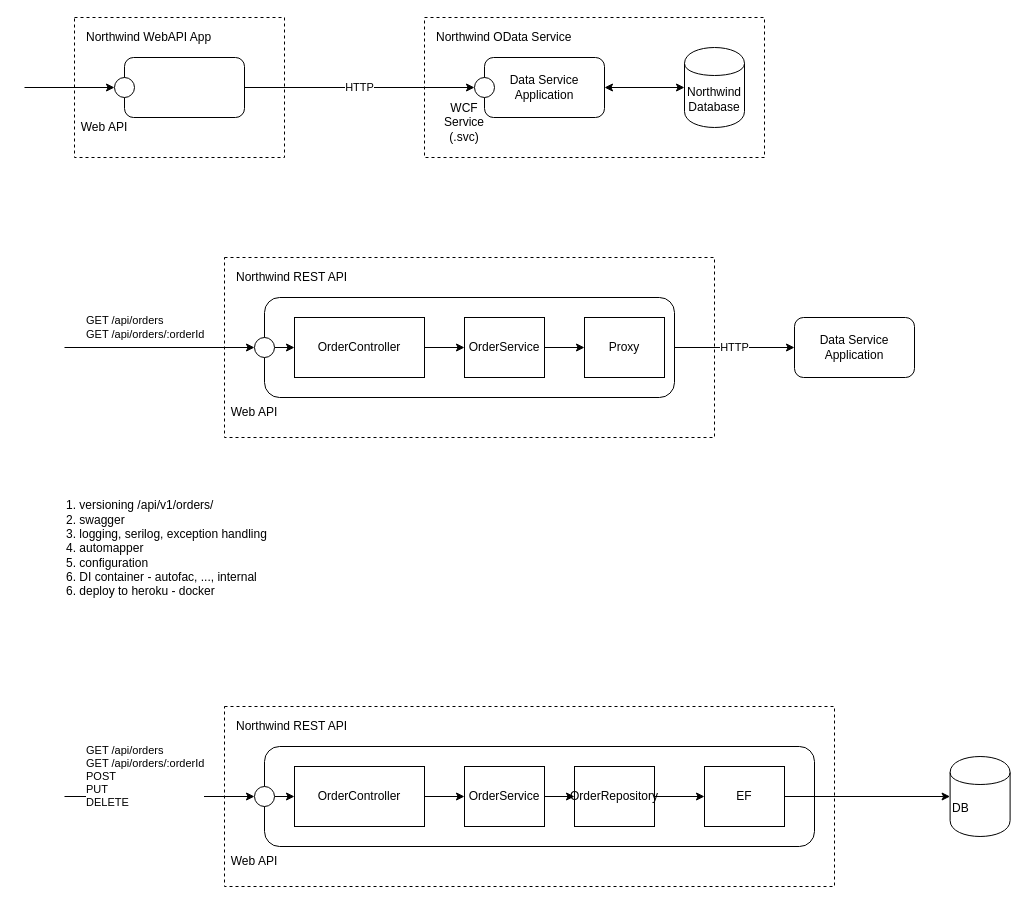
nadezhdaleshchevich/northwind-data-services-task keeps this draw.io diagram as page "task-2-overview" (3 of 5) of diagrams/northwind.drawio. Above is the earlier version. Source tidied: cells renumbered, new cells numbered last; positions are measured from the earlier drawing's top-left corner, leaving out a move shared by most shapes. Both pictures are drawn from the tidied source at 100%, with x=0, y=0 at pixel (24, 17).
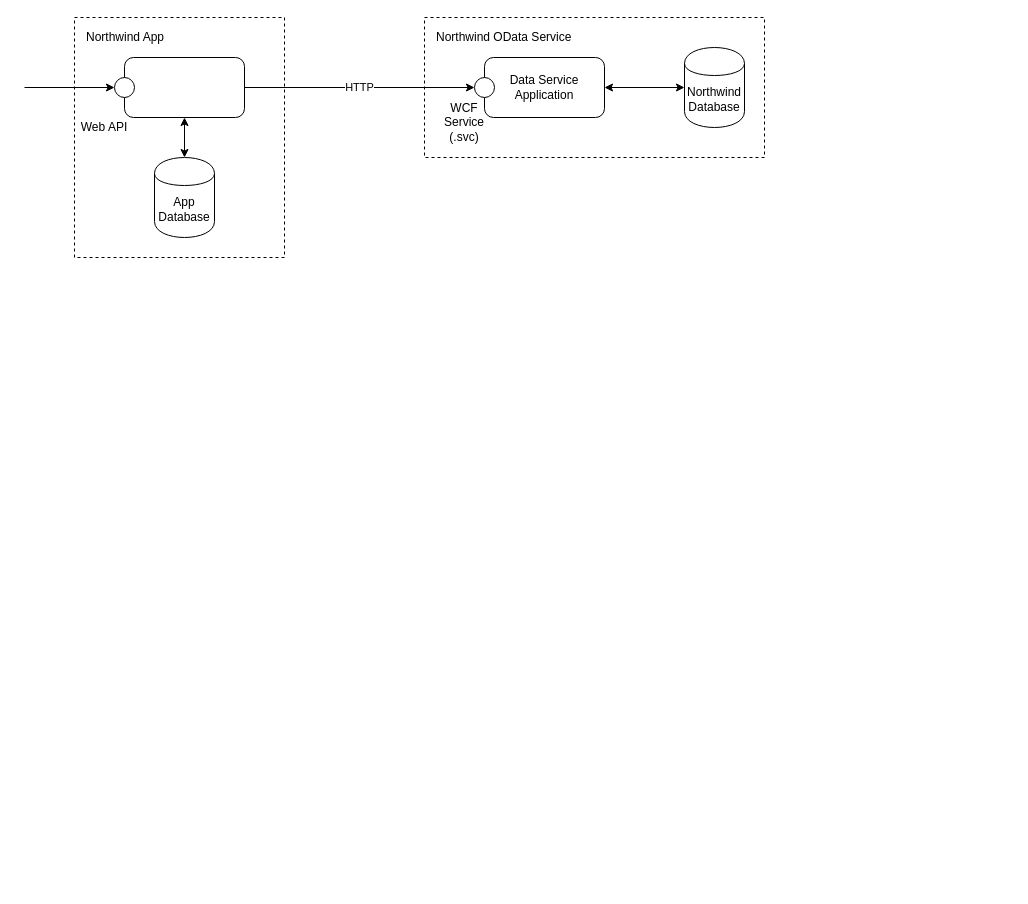
After the change.

Unchanged cells that the change refers to:
```xml
<mxCell id="11" style="rounded=1;whiteSpace=wrap;html=1;fillColor=none;" parent="1" vertex="1">
  <mxGeometry x="100" y="40" width="120" height="60" as="geometry" />
</mxCell>
```

Diff of the diagram source:
```diff
@@
     <mxCell id="10" style="rounded=0;whiteSpace=wrap;html=1;fillColor=none;dashed=1;" parent="1" vertex="1">
-      <mxGeometry x="50" width="210" height="140" as="geometry" />
+      <mxGeometry x="50" width="210" height="240" as="geometry" />
     </mxCell>
+    <mxCell id="47" style="edgeStyle=orthogonalEdgeStyle;rounded=0;jettySize=auto;html=1;exitX=0.5;exitY=1;exitDx=0;exitDy=0;entryX=0.5;entryY=0;entryDx=0;entryDy=0;align=left;startArrow=classic;startFill=1;" parent="1" edge="1" source="11" target="48">
+      <mxGeometry relative="1" as="geometry" />
+    </mxCell>
@@
-    <mxCell id="14" value="Northwind WebAPI App" style="text;html=1;strokeColor=none;fillColor=none;align=left;verticalAlign=middle;whiteSpace=wrap;rounded=0;dashed=1;" parent="1" vertex="1">
+    <mxCell id="14" value="Northwind App" style="text;html=1;strokeColor=none;fillColor=none;align=left;verticalAlign=middle;whiteSpace=wrap;rounded=0;dashed=1;" parent="1" vertex="1">
       <mxGeometry x="59.5" y="10" width="150" height="20" as="geometry" />
     </mxCell>
-    <mxCell id="15" value="&lt;span&gt;Data Service&lt;/span&gt;&lt;br&gt;&lt;div style=&quot;text-align: center&quot;&gt;&lt;span&gt;Application&lt;/span&gt;&lt;/div&gt;" style="rounded=1;whiteSpace=wrap;html=1;strokeColor=#000000;fillColor=none;align=center;" parent="1" vertex="1">
-      <mxGeometry x="770" y="300" width="120" height="60" as="geometry" />
-    </mxCell>
-    <mxCell id="16" value="HTTP" style="endArrow=classic;html=1;entryX=0;entryY=0.5;entryDx=0;entryDy=0;exitX=1;exitY=0.5;exitDx=0;exitDy=0;" parent="1" edge="1" source="18" target="15">
-      <mxGeometry relative="1" as="geometry" />
-    </mxCell>
-    <mxCell id="17" style="rounded=0;whiteSpace=wrap;html=1;fillColor=none;dashed=1;" parent="1" vertex="1">
-      <mxGeometry x="200" y="240" width="490" height="180" as="geometry" />
-    </mxCell>
-    <mxCell id="18" style="rounded=1;whiteSpace=wrap;html=1;fillColor=none;" parent="1" vertex="1">
-      <mxGeometry x="240" y="280" width="410" height="100" as="geometry" />
-    </mxCell>
-    <mxCell id="19" style="edgeStyle=orthogonalEdgeStyle;rounded=0;jettySize=auto;html=1;exitX=1;exitY=0.5;exitDx=0;exitDy=0;entryX=0;entryY=0.5;entryDx=0;entryDy=0;align=left;" parent="1" edge="1" source="20" target="24">
-      <mxGeometry relative="1" as="geometry" />
-    </mxCell>
-    <mxCell id="20" style="ellipse;whiteSpace=wrap;html=1;" parent="1" vertex="1">
-      <mxGeometry x="230" y="320" width="20" height="20" as="geometry" />
-    </mxCell>
-    <mxCell id="21" value="Web API&lt;br&gt;" style="text;html=1;strokeColor=none;fillColor=none;align=center;verticalAlign=middle;whiteSpace=wrap;rounded=0;" parent="1" vertex="1">
-      <mxGeometry x="190" y="370" width="80" height="50" as="geometry" />
-    </mxCell>
-    <mxCell id="22" value="Northwind REST API" style="text;html=1;strokeColor=none;fillColor=none;align=left;verticalAlign=middle;whiteSpace=wrap;rounded=0;dashed=1;" parent="1" vertex="1">
-      <mxGeometry x="210" y="250" width="150" height="20" as="geometry" />
-    </mxCell>
-    <mxCell id="23" value="Proxy" style="rounded=0;whiteSpace=wrap;html=1;" parent="1" vertex="1">
-      <mxGeometry x="560" y="300" width="80" height="60" as="geometry" />
-    </mxCell>
-    <mxCell id="24" value="OrderController" style="rounded=0;whiteSpace=wrap;html=1;" parent="1" vertex="1">
-      <mxGeometry x="270" y="300" width="130" height="60" as="geometry" />
-    </mxCell>
-    <mxCell id="25" value="OrderService" style="rounded=0;whiteSpace=wrap;html=1;" parent="1" vertex="1">
-      <mxGeometry x="440" y="300" width="80" height="60" as="geometry" />
-    </mxCell>
-    <mxCell id="26" style="endArrow=classic;html=1;entryX=0;entryY=0.5;entryDx=0;entryDy=0;exitX=1;exitY=0.5;exitDx=0;exitDy=0;" parent="1" edge="1" source="24" target="25">
-      <mxGeometry relative="1" as="geometry" />
-    </mxCell>
-    <mxCell id="27" style="endArrow=classic;html=1;exitX=1;exitY=0.5;exitDx=0;exitDy=0;entryX=0;entryY=0.5;entryDx=0;entryDy=0;" parent="1" edge="1" source="25" target="23">
-      <mxGeometry relative="1" as="geometry" />
-    </mxCell>
-    <mxCell id="28" value="GET /api/orders&lt;br&gt;GET /api/orders/:orderId&lt;br&gt;" style="endArrow=classic;html=1;entryX=0;entryY=0.5;entryDx=0;entryDy=0;align=left;" parent="1" edge="1" target="20">
-      <mxGeometry x="-0.79" y="20" relative="1" as="geometry">
-        <mxPoint x="40" y="330" as="sourcePoint" />
-      </mxGeometry>
-    </mxCell>
-    <mxCell id="29" value="1. versioning /api/v1/orders/&lt;br&gt;2. swagger&lt;br&gt;3. logging, serilog, exception handling&lt;br&gt;4. automapper&lt;br&gt;5. configuration&lt;br&gt;6. DI container - autofac, ..., internal&lt;br&gt;6. deploy to heroku - docker&lt;br&gt;" style="text;html=1;strokeColor=none;fillColor=none;align=left;verticalAlign=middle;whiteSpace=wrap;rounded=0;" parent="1" vertex="1">
-      <mxGeometry x="40" y="486" width="250" height="90" as="geometry" />
-    </mxCell>
-    <mxCell id="30" style="rounded=0;whiteSpace=wrap;html=1;fillColor=none;dashed=1;" parent="1" vertex="1">
-      <mxGeometry x="200" y="689" width="610" height="180" as="geometry" />
-    </mxCell>
-    <mxCell id="31" style="rounded=1;whiteSpace=wrap;html=1;fillColor=none;" parent="1" vertex="1">
-      <mxGeometry x="240" y="729" width="550" height="100" as="geometry" />
-    </mxCell>
-    <mxCell id="32" style="edgeStyle=orthogonalEdgeStyle;rounded=0;jettySize=auto;html=1;exitX=1;exitY=0.5;exitDx=0;exitDy=0;entryX=0;entryY=0.5;entryDx=0;entryDy=0;align=left;" parent="1" edge="1" source="33" target="36">
-      <mxGeometry relative="1" as="geometry" />
-    </mxCell>
-    <mxCell id="33" style="ellipse;whiteSpace=wrap;html=1;" parent="1" vertex="1">
-      <mxGeometry x="230" y="769" width="20" height="20" as="geometry" />
-    </mxCell>
-    <mxCell id="34" value="Web API&lt;br&gt;" style="text;html=1;strokeColor=none;fillColor=none;align=center;verticalAlign=middle;whiteSpace=wrap;rounded=0;" parent="1" vertex="1">
-      <mxGeometry x="190" y="819" width="80" height="50" as="geometry" />
-    </mxCell>
-    <mxCell id="35" value="Northwind REST API" style="text;html=1;strokeColor=none;fillColor=none;align=left;verticalAlign=middle;whiteSpace=wrap;rounded=0;dashed=1;" parent="1" vertex="1">
-      <mxGeometry x="210" y="699" width="150" height="20" as="geometry" />
-    </mxCell>
-    <mxCell id="36" value="OrderController" style="rounded=0;whiteSpace=wrap;html=1;" parent="1" vertex="1">
-      <mxGeometry x="270" y="749" width="130" height="60" as="geometry" />
-    </mxCell>
-    <mxCell id="37" style="edgeStyle=orthogonalEdgeStyle;rounded=0;jettySize=auto;html=1;entryX=0;entryY=0.5;entryDx=0;entryDy=0;align=left;" parent="1" edge="1" source="38" target="42">
-      <mxGeometry relative="1" as="geometry" />
-    </mxCell>
-    <mxCell id="38" value="OrderService" style="rounded=0;whiteSpace=wrap;html=1;" parent="1" vertex="1">
-      <mxGeometry x="440" y="749" width="80" height="60" as="geometry" />
-    </mxCell>
-    <mxCell id="39" style="endArrow=classic;html=1;entryX=0;entryY=0.5;entryDx=0;entryDy=0;exitX=1;exitY=0.5;exitDx=0;exitDy=0;" parent="1" edge="1" source="36" target="38">
-      <mxGeometry relative="1" as="geometry" />
-    </mxCell>
-    <mxCell id="40" value="GET /api/orders&lt;br&gt;GET /api/orders/:orderId&lt;br&gt;POST&lt;br&gt;PUT&lt;br&gt;DELETE&lt;br&gt;" style="endArrow=classic;html=1;entryX=0;entryY=0.5;entryDx=0;entryDy=0;align=left;" parent="1" edge="1" target="33">
-      <mxGeometry x="-0.79" y="20" relative="1" as="geometry">
-        <mxPoint x="40" y="779" as="sourcePoint" />
-      </mxGeometry>
-    </mxCell>
-    <mxCell id="41" style="edgeStyle=orthogonalEdgeStyle;rounded=0;jettySize=auto;html=1;entryX=0;entryY=0.5;entryDx=0;entryDy=0;align=left;" parent="1" edge="1" source="42" target="44">
-      <mxGeometry relative="1" as="geometry" />
-    </mxCell>
-    <mxCell id="42" value="OrderRepository" style="rounded=0;whiteSpace=wrap;html=1;" parent="1" vertex="1">
-      <mxGeometry x="550" y="749" width="80" height="60" as="geometry" />
-    </mxCell>
-    <mxCell id="43" style="edgeStyle=orthogonalEdgeStyle;rounded=0;jettySize=auto;html=1;entryX=0;entryY=0.5;entryDx=0;entryDy=0;align=left;" parent="1" edge="1" source="44" target="45">
-      <mxGeometry relative="1" as="geometry" />
-    </mxCell>
-    <mxCell id="44" value="EF" style="rounded=0;whiteSpace=wrap;html=1;" parent="1" vertex="1">
-      <mxGeometry x="680" y="749" width="80" height="60" as="geometry" />
-    </mxCell>
-    <mxCell id="45" value="DB" style="shape=cylinder;whiteSpace=wrap;html=1;boundedLbl=1;backgroundOutline=1;align=left;" parent="1" vertex="1">
-      <mxGeometry x="925.6" y="739" width="60" height="80" as="geometry" />
-    </mxCell>
@@
+    <mxCell id="48" value="App&lt;br&gt;Database" style="shape=cylinder;whiteSpace=wrap;html=1;boundedLbl=1;backgroundOutline=1;align=center;" parent="1" vertex="1">
+      <mxGeometry x="130" y="140" width="60" height="80" as="geometry" />
+    </mxCell>
```
